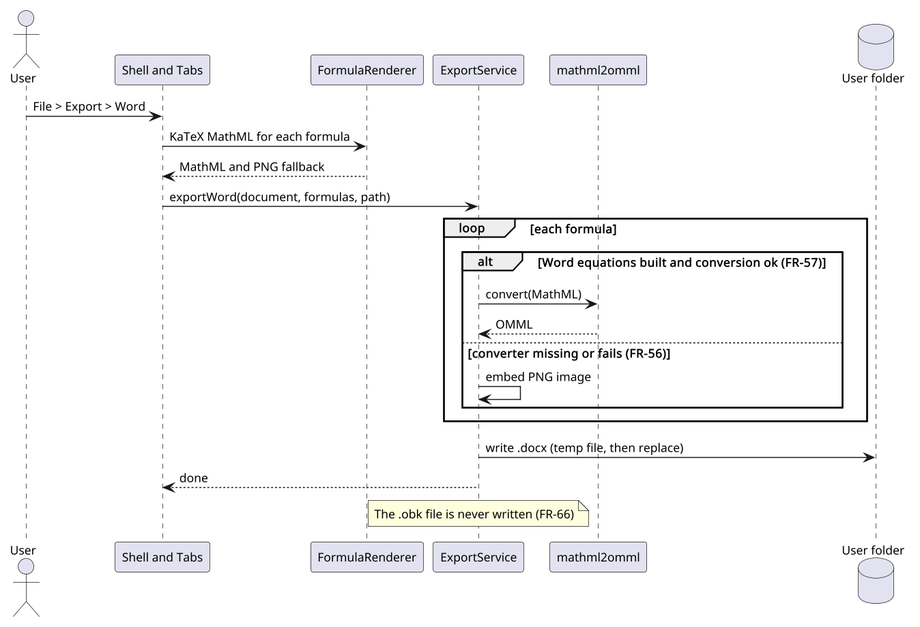
Before: docs/images/03-sequence-export-word.png, a diagram exported from PlantUML (fillicianoplong/obelisk).
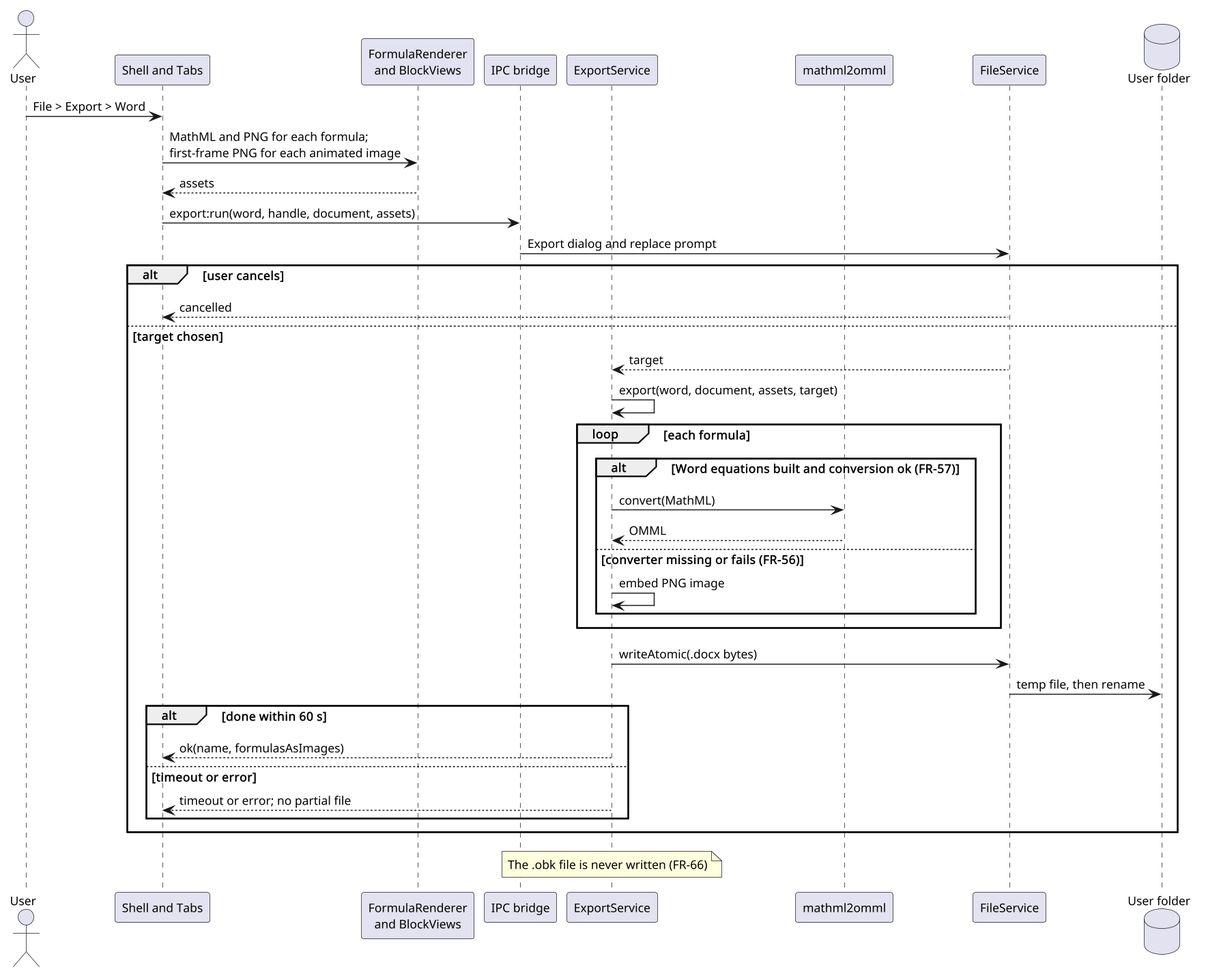
After the commit.

Change to the diagram source:
```diff
@@ -5,23 +5,37 @@
 skinparam dpi 140
 actor User
 participant "Shell and Tabs" as Shell
-participant "FormulaRenderer" as Formula
+participant "FormulaRenderer\nand BlockViews" as Formula
+participant "IPC bridge" as IPC
 participant "ExportService" as Exp
 participant "mathml2omml" as M2O
+participant "FileService" as FS
 database "User folder" as Disk
 User -> Shell : File > Export > Word
-Shell -> Formula : KaTeX MathML for each formula
-Formula --> Shell : MathML and PNG fallback
-Shell -> Exp : exportWord(document, formulas, path)
-loop each formula
-  alt Word equations built and conversion ok (FR-57)
-    Exp -> M2O : convert(MathML)
-    M2O --> Exp : OMML
-  else converter missing or fails (FR-56)
-    Exp -> Exp : embed PNG image
+Shell -> Formula : MathML and PNG for each formula;\nfirst-frame PNG for each animated image
+Formula --> Shell : assets
+Shell -> IPC : export:run(word, handle, document, assets)
+IPC -> FS : Export dialog and replace prompt
+alt user cancels
+  FS --> Shell : cancelled
+else target chosen
+  FS --> Exp : target
+  Exp -> Exp : export(word, document, assets, target)
+  loop each formula
+    alt Word equations built and conversion ok (FR-57)
+      Exp -> M2O : convert(MathML)
+      M2O --> Exp : OMML
+    else converter missing or fails (FR-56)
+      Exp -> Exp : embed PNG image
+    end
+  end
+  Exp -> FS : writeAtomic(.docx bytes)
+  FS -> Disk : temp file, then rename
+  alt done within 60 s
+    Exp --> Shell : ok(name, formulasAsImages)
+  else timeout or error
+    Exp --> Shell : timeout or error; no partial file
   end
 end
-Exp -> Disk : write .docx (temp file, then replace)
-Exp --> Shell : done
 note over Exp : The .obk file is never written (FR-66)
 @enduml
```
